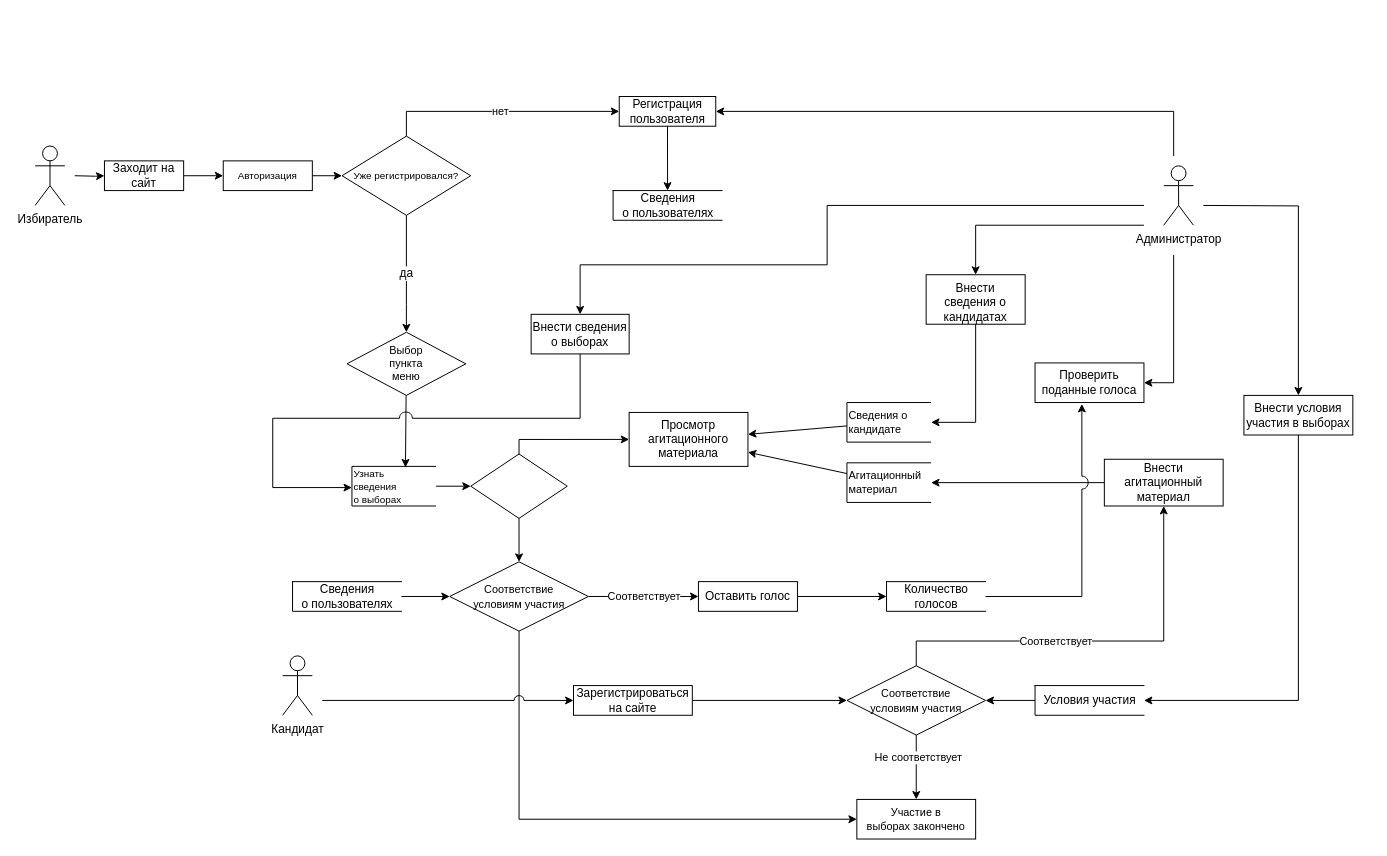
aleksey899/Inter.MixAN keeps this draw.io diagram as DFD Diagram v.2.0 .drawio. Above is the earlier version. Source tidied: cells renumbered, new cells numbered last; positions are measured from the earlier drawing's top-left corner, leaving out a move shared by most shapes. Both pictures are drawn from the tidied source at 99%, with x=0, y=0 at pixel (35, 96).
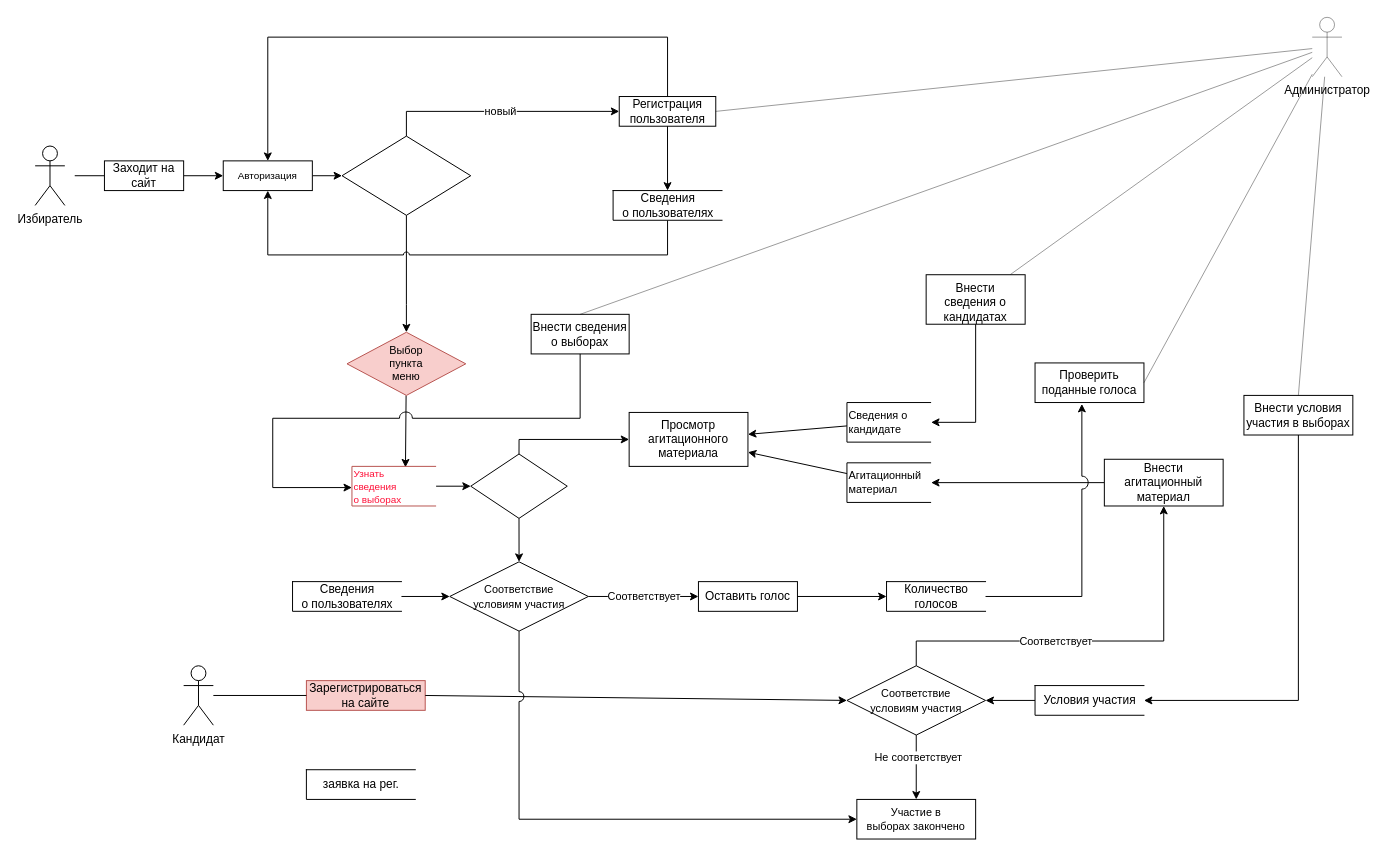
After the change.

Unchanged cells that the change refers to:
```xml
<mxCell id="8" value="Заходит на сайт" style="rounded=0;whiteSpace=wrap;html=1;" parent="1" vertex="1">
  <mxGeometry x="70" y="65" width="80" height="30" as="geometry" />
</mxCell>
<mxCell id="12" value="Авторизация" style="whiteSpace=wrap;html=1;fontSize=10;strokeWidth=1;" parent="1" vertex="1">
  <mxGeometry x="190" y="65" width="90" height="30" as="geometry" />
</mxCell>
<mxCell id="18" value="&lt;font&gt;Регистрация&lt;br&gt;&lt;/font&gt;&lt;font&gt;пользователя&lt;/font&gt;" style="rounded=0;whiteSpace=wrap;html=1;fontSize=12;strokeWidth=1;" parent="1" vertex="1">
  <mxGeometry x="590" width="97.5" height="30" as="geometry" />
</mxCell>
<mxCell id="21" value="Проверить поданные голоса" style="rounded=0;whiteSpace=wrap;html=1;fontSize=12;strokeWidth=1;" parent="1" vertex="1">
  <mxGeometry x="1010" y="269.1" width="110" height="40" as="geometry" />
</mxCell>
<mxCell id="40" value="Внести сведения о выборах" style="rounded=0;whiteSpace=wrap;html=1;" parent="1" vertex="1">
  <mxGeometry x="501" y="220" width="99" height="40" as="geometry" />
</mxCell>
<mxCell id="42" value="Сведения&lt;br&gt;о&amp;nbsp;&lt;font&gt;пользователях&lt;/font&gt;" style="html=1;dashed=0;whitespace=wrap;shape=partialRectangle;right=0;" parent="1" vertex="1">
  <mxGeometry x="583.8" y="95" width="110" height="30" as="geometry" />
</mxCell>
<mxCell id="45" value="Внести&lt;br&gt;сведения&amp;nbsp;&lt;font&gt;о кандидатах&lt;/font&gt;" style="whiteSpace=wrap;html=1;verticalAlign=top;hachureGap=4;" parent="1" vertex="1">
  <mxGeometry x="900" y="180" width="100" height="50" as="geometry" />
</mxCell>
<mxCell id="53" value="Внести условия участия в выборах" style="rounded=0;whiteSpace=wrap;html=1;fontSize=12;direction=west;" parent="1" vertex="1">
  <mxGeometry x="1221" y="301.9" width="110" height="40" as="geometry" />
</mxCell>
```

Change to the diagram source:
```diff
@@
-    <mxCell id="2" style="edgeStyle=orthogonalEdgeStyle;rounded=0;jettySize=auto;html=1;" parent="1" edge="1" target="8">
+    <mxCell id="2" style="rounded=0;jettySize=auto;html=1;endArrow=none;endFill=0;" parent="1" edge="1" target="8">
       <mxGeometry relative="1" as="geometry">
         <mxPoint x="40" y="80" as="sourcePoint" />
       </mxGeometry>
     </mxCell>
@@
-    <mxCell id="4" style="edgeStyle=orthogonalEdgeStyle;rounded=0;jettySize=auto;html=1;" parent="1" edge="1" target="45">
-      <mxGeometry relative="1" as="geometry">
-        <mxPoint x="1120" y="130" as="sourcePoint" />
-        <Array as="points">
-          <mxPoint x="950" y="130" />
-        </Array>
-      </mxGeometry>
+    <mxCell id="4" style="rounded=0;jettySize=auto;html=1;endFill=0;endArrow=none;opacity=40;" parent="1" edge="1" source="5" target="45">
+      <mxGeometry relative="1" as="geometry" />
     </mxCell>
-    <mxCell id="5" value="Администратор" style="shape=umlActor;verticalLabelPosition=bottom;verticalAlign=top;html=1;outlineConnect=0;hachureGap=4;" parent="1" vertex="1">
-      <mxGeometry x="1140" y="70" width="30" height="60" as="geometry" />
+    <mxCell id="5" value="Администратор" style="shape=umlActor;verticalLabelPosition=bottom;verticalAlign=top;html=1;outlineConnect=0;hachureGap=4;opacity=40;" parent="1" vertex="1">
+      <mxGeometry x="1290" y="-80" width="30" height="60" as="geometry" />
     </mxCell>
     <mxCell id="6" value="Кандидат" style="shape=umlActor;verticalLabelPosition=bottom;verticalAlign=top;html=1;outlineConnect=0;hachureGap=4;" parent="1" vertex="1">
-      <mxGeometry x="250" y="565" width="30" height="60" as="geometry" />
+      <mxGeometry x="150" y="575" width="30" height="60" as="geometry" />
     </mxCell>
@@
-    <mxCell id="10" value="&lt;font style=&quot;font-size: 11px&quot;&gt;Выбор &lt;br&gt;пункта &lt;br&gt;&lt;font style=&quot;font-size: 11px&quot;&gt;меню&lt;/font&gt;&lt;font style=&quot;font-size: 11px&quot;&gt; &lt;br&gt; &lt;/font&gt;&lt;/font&gt;" style="strokeWidth=1;html=1;shape=mxgraph.flowchart.decision;whiteSpace=wrap;fontSize=10;" parent="1" vertex="1">
+    <mxCell id="10" value="&lt;font style=&quot;font-size: 11px&quot;&gt;Выбор &lt;br&gt;пункта &lt;br&gt;&lt;font style=&quot;font-size: 11px&quot;&gt;меню&lt;/font&gt;&lt;font style=&quot;font-size: 11px&quot;&gt; &lt;br&gt; &lt;/font&gt;&lt;/font&gt;" style="strokeWidth=1;html=1;shape=mxgraph.flowchart.decision;whiteSpace=wrap;fontSize=10;fillColor=#f8cecc;strokeColor=#b85450;" parent="1" vertex="1">
       <mxGeometry x="315" y="238.1" width="120" height="63.8" as="geometry" />
     </mxCell>
@@
-    <mxCell id="14" value="&lt;font&gt;&lt;span style=&quot;text-align: center ; font-size: 10px&quot;&gt;Узнать&lt;/span&gt;&lt;br style=&quot;text-align: center&quot;&gt;&lt;span style=&quot;text-align: center ; font-size: 10px&quot;&gt;сведения&lt;/span&gt;&lt;/font&gt; &lt;br&gt;&lt;div style=&quot;text-align: center&quot;&gt;&lt;span style=&quot;font-size: 10px&quot;&gt;о выборах&lt;/span&gt;&lt;/div&gt;" style="strokeWidth=1;html=1;shape=mxgraph.flowchart.annotation_1;align=left;rounded=0;fontSize=11;" parent="1" vertex="1">
+    <mxCell id="14" value="&lt;font&gt;&lt;span style=&quot;text-align: center ; font-size: 10px&quot;&gt;Узнать&lt;/span&gt;&lt;br style=&quot;text-align: center&quot;&gt;&lt;span style=&quot;text-align: center ; font-size: 10px&quot;&gt;сведения&lt;/span&gt;&lt;/font&gt; &lt;br&gt;&lt;div style=&quot;text-align: center&quot;&gt;&lt;span style=&quot;font-size: 10px&quot;&gt;о выборах&lt;/span&gt;&lt;/div&gt;" style="strokeWidth=1;html=1;shape=mxgraph.flowchart.annotation_1;align=left;rounded=0;fontSize=11;fillColor=#f8cecc;strokeColor=#b85450;fontColor=#FF0F37;" parent="1" vertex="1">
       <mxGeometry x="320" y="373.6" width="85" height="40" as="geometry" />
     </mxCell>
-    <mxCell id="15" value="Уже регистрировался?" style="rhombus;whiteSpace=wrap;html=1;fontSize=10;strokeWidth=1;" parent="1" vertex="1">
+    <mxCell id="15" style="rhombus;whiteSpace=wrap;html=1;fontSize=10;strokeWidth=1;" parent="1" vertex="1">
       <mxGeometry x="310" y="40" width="130" height="80" as="geometry" />
     </mxCell>
@@
-    <mxCell id="17" value="нет" style="endArrow=classic;html=1;rounded=0;fontSize=11;edgeStyle=orthogonalEdgeStyle;elbow=vertical;endFill=1;exitX=0.5;exitY=0;exitDx=0;exitDy=0;entryX=0;entryY=0.5;entryDx=0;entryDy=0;" parent="1" edge="1" source="15" target="18">
+    <mxCell id="17" value="новый" style="endArrow=classic;html=1;rounded=0;fontSize=11;edgeStyle=orthogonalEdgeStyle;elbow=vertical;endFill=1;exitX=0.5;exitY=0;exitDx=0;exitDy=0;entryX=0;entryY=0.5;entryDx=0;entryDy=0;" parent="1" edge="1" source="15" target="18">
       <mxGeometry relative="1" as="geometry" />
     </mxCell>
+    <mxCell id="63" style="edgeStyle=orthogonalEdgeStyle;rounded=0;jettySize=auto;html=1;entryX=0.5;entryY=0;entryDx=0;entryDy=0;" parent="1" edge="1" source="18" target="12">
+      <mxGeometry relative="1" as="geometry">
+        <Array as="points">
+          <mxPoint x="639" y="-60" />
+          <mxPoint x="235" y="-60" />
+        </Array>
+      </mxGeometry>
+    </mxCell>
@@
-    <mxCell id="19" value="да" style="endArrow=classic;html=1;rounded=0;fontSize=12;edgeStyle=orthogonalEdgeStyle;elbow=vertical;exitX=0.5;exitY=1;exitDx=0;exitDy=0;entryX=0.5;entryY=0;entryDx=0;entryDy=0;entryPerimeter=0;" parent="1" edge="1" source="15" target="10">
+    <mxCell id="19" style="endArrow=classic;html=1;rounded=0;fontSize=12;edgeStyle=orthogonalEdgeStyle;elbow=vertical;exitX=0.5;exitY=1;exitDx=0;exitDy=0;entryX=0.5;entryY=0;entryDx=0;entryDy=0;entryPerimeter=0;" parent="1" edge="1" source="15" target="10">
       <mxGeometry relative="1" as="geometry">
         <Array as="points">
           <mxPoint x="375" y="210" />
           <mxPoint x="375" y="210" />
         </Array>
       </mxGeometry>
     </mxCell>
-    <mxCell id="20" style="edgeStyle=orthogonalEdgeStyle;rounded=0;jettySize=auto;html=1;entryX=1;entryY=0.5;entryDx=0;entryDy=0;" parent="1" edge="1" target="18">
-      <mxGeometry relative="1" as="geometry">
-        <mxPoint x="1150" y="60" as="sourcePoint" />
-        <Array as="points">
-          <mxPoint x="1150" y="15" />
-        </Array>
-      </mxGeometry>
+    <mxCell id="20" style="rounded=0;jettySize=auto;html=1;entryX=1;entryY=0.5;entryDx=0;entryDy=0;endFill=0;endArrow=none;opacity=40;" parent="1" edge="1" source="5" target="18">
+      <mxGeometry relative="1" as="geometry" />
     </mxCell>
@@
-    <mxCell id="22" style="endArrow=classic;html=1;rounded=0;fontSize=12;edgeStyle=orthogonalEdgeStyle;elbow=vertical;endFill=1;entryX=1;entryY=0.5;entryDx=0;entryDy=0;" parent="1" edge="1" target="21">
-      <mxGeometry relative="1" as="geometry">
-        <mxPoint x="1150" y="160" as="sourcePoint" />
-        <Array as="points">
-          <mxPoint x="1150" y="289" />
-        </Array>
-      </mxGeometry>
+    <mxCell id="22" style="endArrow=none;html=1;rounded=0;fontSize=11;elbow=vertical;endFill=0;entryX=1;entryY=0.5;entryDx=0;entryDy=0;opacity=40;" parent="1" edge="1" source="5" target="21">
+      <mxGeometry relative="1" as="geometry" />
     </mxCell>
@@
-    <mxCell id="25" value="Зарегистрироваться&lt;br&gt;&lt;font&gt;на сайте&lt;/font&gt;" style="rounded=0;whiteSpace=wrap;html=1;fontSize=12;strokeWidth=1;" parent="1" vertex="1">
-      <mxGeometry x="543.8" y="595" width="120" height="30" as="geometry" />
+    <mxCell id="25" value="Зарегистрироваться&lt;br&gt;&lt;font&gt;на сайте&lt;/font&gt;" style="rounded=0;whiteSpace=wrap;html=1;fontSize=12;strokeWidth=1;fillColor=#f8cecc;strokeColor=#b85450;" parent="1" vertex="1">
+      <mxGeometry x="274" y="590" width="120" height="30" as="geometry" />
     </mxCell>
@@
-    <mxCell id="41" style="endArrow=classic;html=1;rounded=0;edgeStyle=orthogonalEdgeStyle;entryX=0.5;entryY=0;entryDx=0;entryDy=0;" parent="1" edge="1" target="40">
-      <mxGeometry relative="1" as="geometry">
-        <mxPoint x="1120" y="110" as="sourcePoint" />
-        <Array as="points">
-          <mxPoint x="800" y="110" />
-          <mxPoint x="800" y="170" />
-          <mxPoint x="551" y="170" />
-        </Array>
-      </mxGeometry>
+    <mxCell id="41" style="endArrow=none;html=1;rounded=0;entryX=0.5;entryY=0;entryDx=0;entryDy=0;endFill=0;opacity=40;" parent="1" edge="1" source="5" target="40">
+      <mxGeometry relative="1" as="geometry" />
     </mxCell>
+    <mxCell id="64" style="edgeStyle=orthogonalEdgeStyle;rounded=0;jettySize=auto;html=1;jumpStyle=arc;" parent="1" edge="1" source="42" target="12">
+      <mxGeometry relative="1" as="geometry">
+        <Array as="points">
+          <mxPoint x="639" y="160" />
+          <mxPoint x="235" y="160" />
+        </Array>
+      </mxGeometry>
+    </mxCell>
@@
-    <mxCell id="54" style="endArrow=classic;html=1;rounded=0;fontSize=12;edgeStyle=orthogonalEdgeStyle;jumpStyle=arc;jumpSize=13;entryX=0.5;entryY=1;entryDx=0;entryDy=0;" parent="1" edge="1" target="53">
-      <mxGeometry relative="1" as="geometry">
-        <mxPoint x="1180" y="110" as="sourcePoint" />
-      </mxGeometry>
+    <mxCell id="54" style="endArrow=none;html=1;rounded=0;fontSize=11;jumpStyle=arc;jumpSize=13;entryX=0.5;entryY=1;entryDx=0;entryDy=0;endFill=0;opacity=40;" parent="1" edge="1" source="5" target="53">
+      <mxGeometry relative="1" as="geometry" />
     </mxCell>
@@
-    <mxCell id="58" style="endArrow=classic;html=1;rounded=0;jumpStyle=arc;jumpSize=10;entryX=0;entryY=0.5;entryDx=0;entryDy=0;" parent="1" edge="1" target="25">
-      <mxGeometry relative="1" as="geometry">
-        <mxPoint x="290" y="610" as="sourcePoint" />
-      </mxGeometry>
+    <mxCell id="58" style="endArrow=none;html=1;rounded=0;jumpStyle=arc;jumpSize=10;endFill=0;" parent="1" edge="1" source="6" target="25">
+      <mxGeometry relative="1" as="geometry" />
     </mxCell>
@@
+    <mxCell id="65" value="заявка на рег." style="html=1;dashed=0;whitespace=wrap;shape=partialRectangle;right=0;" parent="1" vertex="1">
+      <mxGeometry x="274" y="680" width="110" height="30" as="geometry" />
+    </mxCell>
```
